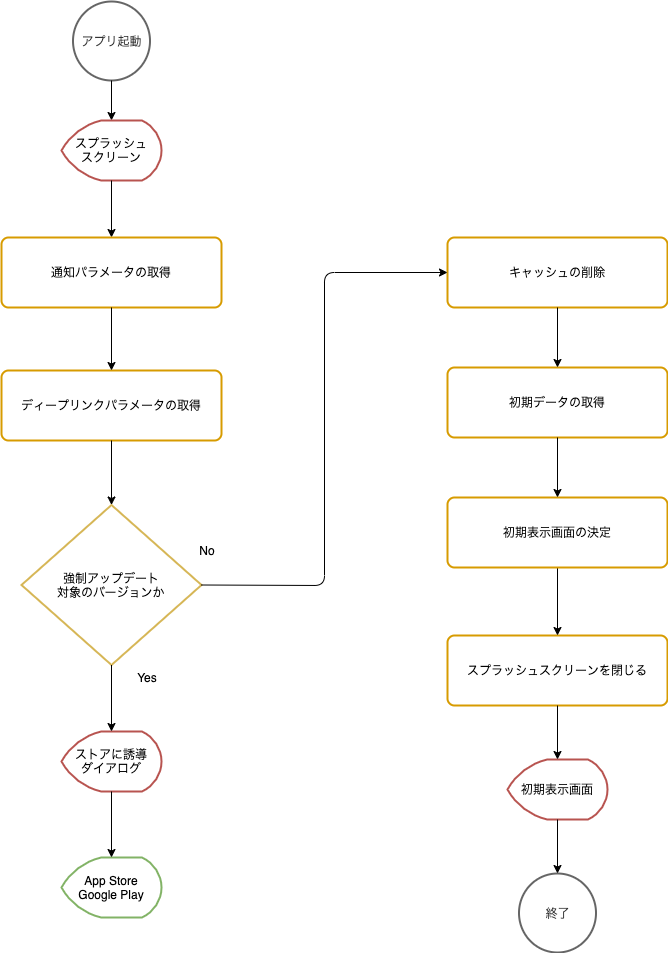
Before: website/docs/react-native/santoku/application-architecture/life-cycle-management/initialization-flow.drawio.png, a diagram exported from draw.io (Fintan-contents/mobile-app-crib-notes). Source tidied: cells renumbered, new cells last; positions are measured from the earlier drawing's top-left corner, leaving out a move shared by most shapes.
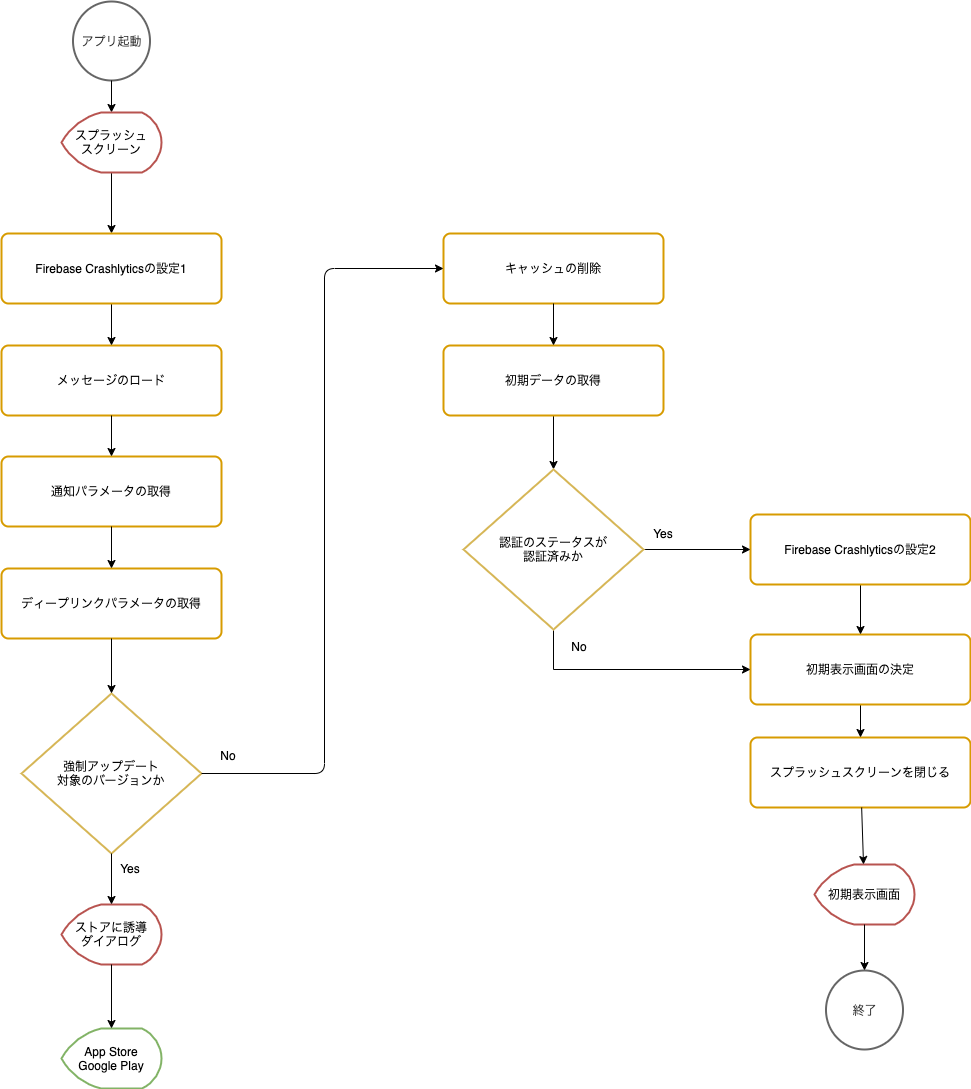
After the change.

What changed in the source:
```diff
@@ -3,7 +3,7 @@
     <mxCell id="0" />
     <mxCell id="1" parent="0" />
     <mxCell id="2" value="強制アップデート&lt;br&gt;対象のバージョンか" style="strokeWidth=2;html=1;shape=mxgraph.flowchart.decision;whiteSpace=wrap;verticalAlign=middle;strokeColor=#d6b656;" parent="1" vertex="1">
-      <mxGeometry x="20" y="503.5" width="180" height="160" as="geometry" />
+      <mxGeometry x="20" y="692" width="180" height="160" as="geometry" />
     </mxCell>
     <mxCell id="3" value="アプリ起動" style="strokeWidth=2;html=1;shape=mxgraph.flowchart.start_2;whiteSpace=wrap;verticalAlign=middle;strokeColor=#666666;fontColor=#333333;" parent="1" vertex="1">
       <mxGeometry x="71.5" width="77" height="79" as="geometry" />
@@ -12,70 +12,70 @@
       <mxGeometry x="-604" y="21" as="geometry" />
     </mxCell>
     <mxCell id="5" value="App Store&lt;br&gt;Google Play" style="strokeWidth=2;html=1;shape=mxgraph.flowchart.display;whiteSpace=wrap;verticalAlign=middle;strokeColor=#82b366;" parent="1" vertex="1">
-      <mxGeometry x="60" y="856" width="100" height="60" as="geometry" />
+      <mxGeometry x="60" y="1027" width="100" height="60" as="geometry" />
     </mxCell>
     <mxCell id="6" value="Yes" style="text;html=1;strokeColor=none;fillColor=none;align=center;verticalAlign=middle;whiteSpace=wrap;rounded=0;" parent="1" vertex="1">
-      <mxGeometry x="126" y="666" width="40" height="20" as="geometry" />
+      <mxGeometry x="108.5" y="857" width="40" height="20" as="geometry" />
     </mxCell>
     <mxCell id="7" value="No" style="text;html=1;strokeColor=none;fillColor=none;align=center;verticalAlign=middle;whiteSpace=wrap;rounded=0;" parent="1" vertex="1">
-      <mxGeometry x="186" y="539" width="40" height="20" as="geometry" />
+      <mxGeometry x="207" y="744" width="40" height="20" as="geometry" />
     </mxCell>
+    <mxCell id="29" style="edgeStyle=orthogonalEdgeStyle;rounded=0;jettySize=auto;html=1;" parent="1" edge="1" source="8" target="34">
+      <mxGeometry relative="1" as="geometry" />
+    </mxCell>
     <mxCell id="8" value="スプラッシュ&lt;br&gt;スクリーン" style="strokeWidth=2;html=1;shape=mxgraph.flowchart.display;whiteSpace=wrap;verticalAlign=middle;strokeColor=#b85450;" parent="1" vertex="1">
-      <mxGeometry x="60" y="119" width="100" height="60" as="geometry" />
+      <mxGeometry x="60" y="111" width="100" height="60" as="geometry" />
     </mxCell>
-    <mxCell id="9" style="endArrow=classic;html=1;entryX=0.5;entryY=0;entryDx=0;entryDy=0;" parent="1" edge="1" source="8" target="23">
-      <mxGeometry x="-604" y="21" as="geometry" />
-    </mxCell>
     <mxCell id="10" value="ストアに誘導&lt;br&gt;ダイアログ" style="strokeWidth=2;html=1;shape=mxgraph.flowchart.display;whiteSpace=wrap;verticalAlign=middle;strokeColor=#b85450;" parent="1" vertex="1">
-      <mxGeometry x="60" y="730" width="100" height="60" as="geometry" />
+      <mxGeometry x="60" y="903" width="100" height="60" as="geometry" />
     </mxCell>
     <mxCell id="11" style="endArrow=classic;html=1;" parent="1" edge="1" source="10" target="5">
-      <mxGeometry x="-806" y="482" as="geometry" />
+      <mxGeometry x="-806" y="601" as="geometry" />
     </mxCell>
     <mxCell id="12" style="endArrow=classic;html=1;" parent="1" edge="1" source="2" target="10">
-      <mxGeometry x="-604" y="305.5" as="geometry" />
+      <mxGeometry x="-604" y="424.5" as="geometry" />
     </mxCell>
+    <mxCell id="30" style="edgeStyle=orthogonalEdgeStyle;rounded=0;jettySize=auto;html=1;" parent="1" edge="1" source="13" target="39">
+      <mxGeometry relative="1" as="geometry" />
+    </mxCell>
     <mxCell id="13" value="初期データの取得" style="rounded=1;whiteSpace=wrap;html=1;absoluteArcSize=1;arcSize=14;strokeWidth=2;verticalAlign=middle;strokeColor=#d79b00;" parent="1" vertex="1">
-      <mxGeometry x="446" y="366" width="220" height="70" as="geometry" />
+      <mxGeometry x="442" y="344" width="220" height="70" as="geometry" />
     </mxCell>
     <mxCell id="14" value="スプラッシュスクリーンを閉じる" style="rounded=1;whiteSpace=wrap;html=1;absoluteArcSize=1;arcSize=14;strokeWidth=2;verticalAlign=middle;strokeColor=#d79b00;" parent="1" vertex="1">
-      <mxGeometry x="446" y="634" width="220" height="70" as="geometry" />
+      <mxGeometry x="749" y="736" width="220" height="70" as="geometry" />
     </mxCell>
     <mxCell id="15" style="endArrow=classic;html=1;" parent="1" edge="1" source="18" target="14">
-      <mxGeometry x="-158" y="-182" as="geometry" />
+      <mxGeometry x="155" y="-161" as="geometry" />
     </mxCell>
     <mxCell id="16" value="初期表示画面" style="strokeWidth=2;html=1;shape=mxgraph.flowchart.display;whiteSpace=wrap;verticalAlign=middle;strokeColor=#b85450;" parent="1" vertex="1">
-      <mxGeometry x="506" y="758" width="100" height="60" as="geometry" />
+      <mxGeometry x="813" y="863" width="100" height="60" as="geometry" />
     </mxCell>
     <mxCell id="17" style="endArrow=classic;html=1;" parent="1" edge="1" source="14" target="16">
-      <mxGeometry x="-158" y="-182" as="geometry" />
+      <mxGeometry x="155" y="-161" as="geometry" />
     </mxCell>
     <mxCell id="18" value="初期表示画面の決定" style="rounded=1;whiteSpace=wrap;html=1;absoluteArcSize=1;arcSize=14;strokeWidth=2;verticalAlign=middle;strokeColor=#d79b00;" parent="1" vertex="1">
-      <mxGeometry x="446" y="496" width="220" height="70" as="geometry" />
+      <mxGeometry x="749" y="633" width="220" height="70" as="geometry" />
     </mxCell>
-    <mxCell id="19" style="endArrow=classic;html=1;" parent="1" edge="1" source="13" target="18">
-      <mxGeometry x="-158" y="-182" as="geometry" />
-    </mxCell>
     <mxCell id="20" value="終了" style="strokeWidth=2;html=1;shape=mxgraph.flowchart.start_2;whiteSpace=wrap;verticalAlign=middle;strokeColor=#666666;fontColor=#333333;" parent="1" vertex="1">
-      <mxGeometry x="517.5" y="872" width="77" height="79" as="geometry" />
+      <mxGeometry x="824.5" y="969" width="77" height="79" as="geometry" />
     </mxCell>
     <mxCell id="21" style="endArrow=classic;html=1;entryX=0.5;entryY=0;entryDx=0;entryDy=0;entryPerimeter=0;exitX=0.5;exitY=1;exitDx=0;exitDy=0;exitPerimeter=0;" parent="1" edge="1" source="16" target="20">
-      <mxGeometry x="-148" y="-172" as="geometry" />
+      <mxGeometry x="165" y="-151" as="geometry" />
     </mxCell>
     <mxCell id="22" value="キャッシュの削除" style="rounded=1;whiteSpace=wrap;html=1;absoluteArcSize=1;arcSize=14;strokeWidth=2;verticalAlign=middle;strokeColor=#d79b00;" parent="1" vertex="1">
-      <mxGeometry x="446" y="236" width="220" height="70" as="geometry" />
+      <mxGeometry x="442" y="232" width="220" height="70" as="geometry" />
     </mxCell>
     <mxCell id="23" value="通知パラメータの取得" style="rounded=1;whiteSpace=wrap;html=1;absoluteArcSize=1;arcSize=14;strokeWidth=2;verticalAlign=middle;strokeColor=#d79b00;" parent="1" vertex="1">
-      <mxGeometry y="236" width="220" height="70" as="geometry" />
+      <mxGeometry y="455" width="220" height="70" as="geometry" />
     </mxCell>
     <mxCell id="24" value="ディープリンクパラメータの取得" style="rounded=1;whiteSpace=wrap;html=1;absoluteArcSize=1;arcSize=14;strokeWidth=2;verticalAlign=middle;strokeColor=#d79b00;" parent="1" vertex="1">
-      <mxGeometry y="369" width="220" height="70" as="geometry" />
+      <mxGeometry y="567" width="220" height="70" as="geometry" />
     </mxCell>
     <mxCell id="25" style="endArrow=classic;html=1;entryX=0.5;entryY=0;entryDx=0;entryDy=0;exitX=0.5;exitY=1;exitDx=0;exitDy=0;" parent="1" edge="1" source="23" target="24">
-      <mxGeometry x="-594" y="31" as="geometry" />
+      <mxGeometry x="-594" y="173" as="geometry" />
     </mxCell>
     <mxCell id="26" style="endArrow=classic;html=1;entryX=0.5;entryY=0;entryDx=0;entryDy=0;exitX=0.5;exitY=1;exitDx=0;exitDy=0;entryPerimeter=0;" parent="1" edge="1" source="24" target="2">
-      <mxGeometry x="-584" y="41" as="geometry" />
+      <mxGeometry x="-584" y="160" as="geometry" />
     </mxCell>
     <mxCell id="27" style="endArrow=classic;html=1;entryX=0.5;entryY=0;entryDx=0;entryDy=0;exitX=0.5;exitY=1;exitDx=0;exitDy=0;" parent="1" edge="1" source="22" target="13">
       <mxGeometry x="-148" y="-172" as="geometry" />
@@ -83,10 +83,47 @@
     <mxCell id="28" style="endArrow=classic;html=1;entryX=0;entryY=0.5;entryDx=0;entryDy=0;exitX=1;exitY=0.5;exitDx=0;exitDy=0;exitPerimeter=0;" parent="1" edge="1" source="2" target="22">
       <mxGeometry x="-594" y="315.5" as="geometry">
         <Array as="points">
-          <mxPoint x="323" y="584" />
-          <mxPoint x="323" y="271" />
+          <mxPoint x="323" y="772" />
+          <mxPoint x="323" y="267" />
         </Array>
       </mxGeometry>
     </mxCell>
+    <mxCell id="31" value="メッセージのロード" style="rounded=1;whiteSpace=wrap;html=1;absoluteArcSize=1;arcSize=14;strokeWidth=2;verticalAlign=middle;strokeColor=#d79b00;" parent="1" vertex="1">
+      <mxGeometry y="344" width="220" height="70" as="geometry" />
+    </mxCell>
+    <mxCell id="32" style="endArrow=classic;html=1;exitX=0.5;exitY=1;exitDx=0;exitDy=0;" parent="1" edge="1" source="31" target="23">
+      <mxGeometry x="-594" y="54" as="geometry" />
+    </mxCell>
+    <mxCell id="33" style="edgeStyle=orthogonalEdgeStyle;rounded=0;jettySize=auto;html=1;" parent="1" edge="1" source="34" target="31">
+      <mxGeometry relative="1" as="geometry" />
+    </mxCell>
+    <mxCell id="34" value="Firebase Crashlyticsの設定1" style="rounded=1;whiteSpace=wrap;html=1;absoluteArcSize=1;arcSize=14;strokeWidth=2;verticalAlign=middle;strokeColor=#d79b00;" parent="1" vertex="1">
+      <mxGeometry y="232" width="220" height="70" as="geometry" />
+    </mxCell>
+    <mxCell id="35" style="edgeStyle=orthogonalEdgeStyle;rounded=0;jettySize=auto;html=1;entryX=0.5;entryY=0;entryDx=0;entryDy=0;" parent="1" edge="1" source="36" target="18">
+      <mxGeometry relative="1" as="geometry" />
+    </mxCell>
+    <mxCell id="36" value="&lt;span&gt;Firebase Crashlyticsの設定2&lt;/span&gt;" style="rounded=1;whiteSpace=wrap;html=1;absoluteArcSize=1;arcSize=14;strokeWidth=2;verticalAlign=middle;strokeColor=#d79b00;" parent="1" vertex="1">
+      <mxGeometry x="749" y="513" width="220" height="70" as="geometry" />
+    </mxCell>
+    <mxCell id="37" style="edgeStyle=orthogonalEdgeStyle;rounded=0;jettySize=auto;html=1;" parent="1" edge="1" source="39" target="36">
+      <mxGeometry relative="1" as="geometry" />
+    </mxCell>
+    <mxCell id="38" style="edgeStyle=orthogonalEdgeStyle;rounded=0;jettySize=auto;html=1;startArrow=none;exitX=0.5;exitY=1;exitDx=0;exitDy=0;exitPerimeter=0;" parent="1" edge="1" source="39" target="18">
+      <mxGeometry relative="1" as="geometry">
+        <Array as="points">
+          <mxPoint x="552" y="668" />
+        </Array>
+      </mxGeometry>
+    </mxCell>
+    <mxCell id="39" value="認証のステータスが&lt;br&gt;認証済みか" style="strokeWidth=2;html=1;shape=mxgraph.flowchart.decision;whiteSpace=wrap;verticalAlign=middle;strokeColor=#d6b656;" parent="1" vertex="1">
+      <mxGeometry x="462" y="468" width="180" height="160" as="geometry" />
+    </mxCell>
+    <mxCell id="40" value="No" style="text;html=1;strokeColor=none;fillColor=none;align=center;verticalAlign=middle;whiteSpace=wrap;rounded=0;" parent="1" vertex="1">
+      <mxGeometry x="558" y="635" width="40" height="20" as="geometry" />
+    </mxCell>
+    <mxCell id="41" value="Yes" style="text;html=1;strokeColor=none;fillColor=none;align=center;verticalAlign=middle;whiteSpace=wrap;rounded=0;" parent="1" vertex="1">
+      <mxGeometry x="642" y="522" width="40" height="20" as="geometry" />
+    </mxCell>
   </root>
 </mxGraphModel>
```
